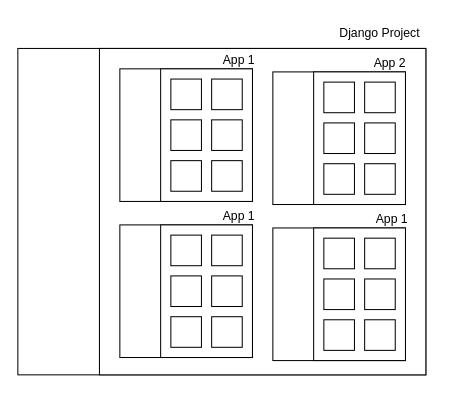
The draw.io diagram Diagram/Django Architecture.drawio in jb-sio/flowchart, before the edit. Source tidied: cells renumbered, new cells numbered last; positions are measured from the earlier drawing's top-left corner, leaving out a move shared by most shapes. Both pictures are drawn from the tidied source at 102%, with x=0, y=0 at pixel (17, 17).
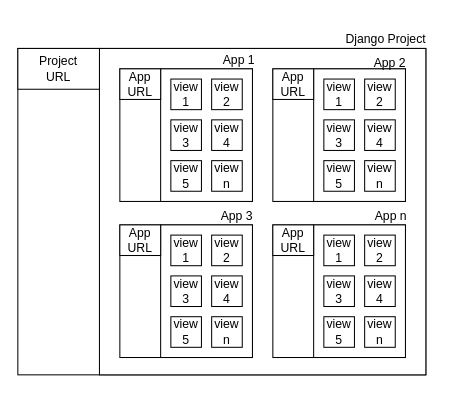
The same page after the edit.

Change to the diagram source:
```diff
@@
+    <mxCell id="12" value="Django Project" style="text;html=1;align=center;verticalAlign=middle;whiteSpace=wrap;rounded=0;" parent="1" vertex="1">
+      <mxGeometry x="316" y="6" width="90" height="30" as="geometry" />
+    </mxCell>
+    <mxCell id="13" value="App 1" style="text;html=1;align=center;verticalAlign=middle;whiteSpace=wrap;rounded=0;" parent="1" vertex="1">
+      <mxGeometry x="192" y="27" width="50" height="30" as="geometry" />
+    </mxCell>
+    <mxCell id="14" style="whiteSpace=wrap;html=1;" parent="1" vertex="1">
+      <mxGeometry x="100" y="203" width="130" height="130" as="geometry" />
+    </mxCell>
+    <mxCell id="15" style="rounded=0;whiteSpace=wrap;html=1;" parent="1" vertex="1">
+      <mxGeometry x="140" y="203" width="90" height="130" as="geometry" />
+    </mxCell>
+    <mxCell id="22" value="App 3" style="text;html=1;align=center;verticalAlign=middle;whiteSpace=wrap;rounded=0;" parent="1" vertex="1">
+      <mxGeometry x="190" y="180" width="50" height="30" as="geometry" />
+    </mxCell>
+    <mxCell id="23" style="whiteSpace=wrap;html=1;" parent="1" vertex="1">
+      <mxGeometry x="250" y="50" width="130" height="130" as="geometry" />
+    </mxCell>
+    <mxCell id="24" style="rounded=0;whiteSpace=wrap;html=1;" parent="1" vertex="1">
+      <mxGeometry x="290" y="50" width="90" height="130" as="geometry" />
+    </mxCell>
+    <mxCell id="31" value="App 2" style="text;html=1;align=center;verticalAlign=middle;whiteSpace=wrap;rounded=0;" parent="1" vertex="1">
+      <mxGeometry x="340" y="30" width="50" height="30" as="geometry" />
+    </mxCell>
+    <mxCell id="32" style="whiteSpace=wrap;html=1;" parent="1" vertex="1">
+      <mxGeometry x="250" y="203" width="130" height="130" as="geometry" />
+    </mxCell>
+    <mxCell id="33" style="rounded=0;whiteSpace=wrap;html=1;" parent="1" vertex="1">
+      <mxGeometry x="290" y="203" width="90" height="130" as="geometry" />
+    </mxCell>
+    <mxCell id="40" value="App n" style="text;html=1;align=center;verticalAlign=middle;whiteSpace=wrap;rounded=0;" parent="1" vertex="1">
+      <mxGeometry x="341" y="180" width="50" height="30" as="geometry" />
+    </mxCell>
+    <mxCell id="41" style="rounded=0;whiteSpace=wrap;html=1;" parent="1" vertex="1">
+      <mxGeometry y="30" width="80" height="40" as="geometry" />
+    </mxCell>
+    <mxCell id="42" value="Project&lt;div&gt;URL&lt;/div&gt;" style="text;html=1;align=center;verticalAlign=middle;whiteSpace=wrap;rounded=0;" parent="1" vertex="1">
+      <mxGeometry x="10" y="35" width="60" height="30" as="geometry" />
+    </mxCell>
+    <mxCell id="43" style="rounded=0;whiteSpace=wrap;html=1;" parent="1" vertex="1">
+      <mxGeometry x="250" y="50" width="40" height="30" as="geometry" />
+    </mxCell>
+    <mxCell id="44" value="App&lt;div&gt;URL&lt;/div&gt;" style="text;html=1;align=center;verticalAlign=middle;whiteSpace=wrap;rounded=0;" parent="1" vertex="1">
+      <mxGeometry x="255" y="50" width="30" height="30" as="geometry" />
+    </mxCell>
+    <mxCell id="45" style="rounded=0;whiteSpace=wrap;html=1;" parent="1" vertex="1">
+      <mxGeometry x="100" y="203" width="40" height="30" as="geometry" />
+    </mxCell>
+    <mxCell id="46" value="App&lt;div&gt;URL&lt;/div&gt;" style="text;html=1;align=center;verticalAlign=middle;whiteSpace=wrap;rounded=0;" parent="1" vertex="1">
+      <mxGeometry x="105" y="203" width="30" height="30" as="geometry" />
+    </mxCell>
+    <mxCell id="47" style="rounded=0;whiteSpace=wrap;html=1;" parent="1" vertex="1">
+      <mxGeometry x="250" y="203" width="40" height="30" as="geometry" />
+    </mxCell>
+    <mxCell id="48" value="App&lt;div&gt;URL&lt;/div&gt;" style="text;html=1;align=center;verticalAlign=middle;whiteSpace=wrap;rounded=0;" parent="1" vertex="1">
+      <mxGeometry x="255" y="203" width="30" height="30" as="geometry" />
+    </mxCell>
+    <mxCell id="49" style="rounded=0;whiteSpace=wrap;html=1;" parent="1" vertex="1">
+      <mxGeometry x="100" y="50" width="40" height="30" as="geometry" />
+    </mxCell>
+    <mxCell id="50" value="App&lt;div&gt;URL&lt;/div&gt;" style="text;html=1;align=center;verticalAlign=middle;whiteSpace=wrap;rounded=0;" parent="1" vertex="1">
+      <mxGeometry x="105" y="50" width="30" height="30" as="geometry" />
+    </mxCell>
+    <mxCell id="51" style="rounded=0;whiteSpace=wrap;html=1;" parent="1" vertex="1">
+      <mxGeometry x="300" y="213" width="30" height="30" as="geometry" />
+    </mxCell>
+    <mxCell id="52" style="rounded=0;whiteSpace=wrap;html=1;" parent="1" vertex="1">
+      <mxGeometry x="340" y="213" width="30" height="30" as="geometry" />
+    </mxCell>
+    <mxCell id="53" style="rounded=0;whiteSpace=wrap;html=1;" parent="1" vertex="1">
+      <mxGeometry x="300" y="253" width="30" height="30" as="geometry" />
+    </mxCell>
+    <mxCell id="54" style="rounded=0;whiteSpace=wrap;html=1;" parent="1" vertex="1">
+      <mxGeometry x="340" y="253" width="30" height="30" as="geometry" />
+    </mxCell>
+    <mxCell id="55" style="rounded=0;whiteSpace=wrap;html=1;" parent="1" vertex="1">
+      <mxGeometry x="300" y="293" width="30" height="30" as="geometry" />
+    </mxCell>
+    <mxCell id="56" style="rounded=0;whiteSpace=wrap;html=1;" parent="1" vertex="1">
+      <mxGeometry x="340" y="293" width="30" height="30" as="geometry" />
+    </mxCell>
+    <mxCell id="57" value="view&lt;div&gt;1&lt;/div&gt;" style="text;html=1;align=center;verticalAlign=middle;whiteSpace=wrap;rounded=0;" parent="1" vertex="1">
+      <mxGeometry x="300" y="213" width="30" height="30" as="geometry" />
+    </mxCell>
+    <mxCell id="58" value="view&lt;div&gt;2&lt;/div&gt;" style="text;html=1;align=center;verticalAlign=middle;whiteSpace=wrap;rounded=0;" parent="1" vertex="1">
+      <mxGeometry x="340" y="213" width="30" height="30" as="geometry" />
+    </mxCell>
+    <mxCell id="59" value="view&lt;div&gt;3&lt;/div&gt;" style="text;html=1;align=center;verticalAlign=middle;whiteSpace=wrap;rounded=0;" parent="1" vertex="1">
+      <mxGeometry x="300" y="253" width="30" height="30" as="geometry" />
+    </mxCell>
+    <mxCell id="60" value="view&lt;div&gt;4&lt;/div&gt;" style="text;html=1;align=center;verticalAlign=middle;whiteSpace=wrap;rounded=0;" parent="1" vertex="1">
+      <mxGeometry x="340" y="253" width="30" height="30" as="geometry" />
+    </mxCell>
+    <mxCell id="61" value="view&lt;div&gt;5&lt;/div&gt;" style="text;html=1;align=center;verticalAlign=middle;whiteSpace=wrap;rounded=0;" parent="1" vertex="1">
+      <mxGeometry x="300" y="293" width="30" height="30" as="geometry" />
+    </mxCell>
+    <mxCell id="62" value="view&lt;div&gt;n&lt;/div&gt;" style="text;html=1;align=center;verticalAlign=middle;whiteSpace=wrap;rounded=0;" parent="1" vertex="1">
+      <mxGeometry x="340" y="293" width="30" height="30" as="geometry" />
+    </mxCell>
@@
-    <mxCell id="12" value="Django Project" style="text;html=1;align=center;verticalAlign=middle;whiteSpace=wrap;rounded=0;" parent="1" vertex="1">
-      <mxGeometry x="310" width="90" height="30" as="geometry" />
-    </mxCell>
-    <mxCell id="13" value="App 1" style="text;html=1;align=center;verticalAlign=middle;whiteSpace=wrap;rounded=0;" parent="1" vertex="1">
-      <mxGeometry x="192" y="27" width="50" height="30" as="geometry" />
-    </mxCell>
-    <mxCell id="14" style="whiteSpace=wrap;html=1;" parent="1" vertex="1">
-      <mxGeometry x="100" y="203" width="130" height="130" as="geometry" />
-    </mxCell>
-    <mxCell id="15" style="rounded=0;whiteSpace=wrap;html=1;" parent="1" vertex="1">
-      <mxGeometry x="140" y="203" width="90" height="130" as="geometry" />
-    </mxCell>
+    <mxCell id="63" value="view&lt;div&gt;1&lt;/div&gt;" style="text;html=1;align=center;verticalAlign=middle;whiteSpace=wrap;rounded=0;" parent="1" vertex="1">
+      <mxGeometry x="150" y="60" width="30" height="30" as="geometry" />
+    </mxCell>
+    <mxCell id="64" value="view&lt;div&gt;2&lt;/div&gt;" style="text;html=1;align=center;verticalAlign=middle;whiteSpace=wrap;rounded=0;" parent="1" vertex="1">
+      <mxGeometry x="190" y="60" width="30" height="30" as="geometry" />
+    </mxCell>
+    <mxCell id="65" value="view&lt;div&gt;3&lt;/div&gt;" style="text;html=1;align=center;verticalAlign=middle;whiteSpace=wrap;rounded=0;" parent="1" vertex="1">
+      <mxGeometry x="150" y="100" width="30" height="30" as="geometry" />
+    </mxCell>
+    <mxCell id="66" value="view&lt;div&gt;4&lt;/div&gt;" style="text;html=1;align=center;verticalAlign=middle;whiteSpace=wrap;rounded=0;" parent="1" vertex="1">
+      <mxGeometry x="190" y="100" width="30" height="30" as="geometry" />
+    </mxCell>
+    <mxCell id="67" value="view&lt;div&gt;5&lt;/div&gt;" style="text;html=1;align=center;verticalAlign=middle;whiteSpace=wrap;rounded=0;" parent="1" vertex="1">
+      <mxGeometry x="150" y="140" width="30" height="30" as="geometry" />
+    </mxCell>
+    <mxCell id="68" value="view&lt;div&gt;n&lt;/div&gt;" style="text;html=1;align=center;verticalAlign=middle;whiteSpace=wrap;rounded=0;" parent="1" vertex="1">
+      <mxGeometry x="190" y="140" width="30" height="30" as="geometry" />
+    </mxCell>
+    <mxCell id="69" style="rounded=0;whiteSpace=wrap;html=1;" parent="1" vertex="1">
+      <mxGeometry x="300" y="60" width="30" height="30" as="geometry" />
+    </mxCell>
+    <mxCell id="70" style="rounded=0;whiteSpace=wrap;html=1;" parent="1" vertex="1">
+      <mxGeometry x="340" y="60" width="30" height="30" as="geometry" />
+    </mxCell>
+    <mxCell id="71" style="rounded=0;whiteSpace=wrap;html=1;" parent="1" vertex="1">
+      <mxGeometry x="300" y="100" width="30" height="30" as="geometry" />
+    </mxCell>
+    <mxCell id="72" style="rounded=0;whiteSpace=wrap;html=1;" parent="1" vertex="1">
+      <mxGeometry x="340" y="100" width="30" height="30" as="geometry" />
+    </mxCell>
+    <mxCell id="73" style="rounded=0;whiteSpace=wrap;html=1;" parent="1" vertex="1">
+      <mxGeometry x="300" y="140" width="30" height="30" as="geometry" />
+    </mxCell>
+    <mxCell id="74" style="rounded=0;whiteSpace=wrap;html=1;" parent="1" vertex="1">
+      <mxGeometry x="340" y="140" width="30" height="30" as="geometry" />
+    </mxCell>
+    <mxCell id="75" value="view&lt;div&gt;1&lt;/div&gt;" style="text;html=1;align=center;verticalAlign=middle;whiteSpace=wrap;rounded=0;" parent="1" vertex="1">
+      <mxGeometry x="300" y="60" width="30" height="30" as="geometry" />
+    </mxCell>
+    <mxCell id="76" value="view&lt;div&gt;2&lt;/div&gt;" style="text;html=1;align=center;verticalAlign=middle;whiteSpace=wrap;rounded=0;" parent="1" vertex="1">
+      <mxGeometry x="340" y="60" width="30" height="30" as="geometry" />
+    </mxCell>
+    <mxCell id="77" value="view&lt;div&gt;3&lt;/div&gt;" style="text;html=1;align=center;verticalAlign=middle;whiteSpace=wrap;rounded=0;" parent="1" vertex="1">
+      <mxGeometry x="300" y="100" width="30" height="30" as="geometry" />
+    </mxCell>
+    <mxCell id="78" value="view&lt;div&gt;4&lt;/div&gt;" style="text;html=1;align=center;verticalAlign=middle;whiteSpace=wrap;rounded=0;" parent="1" vertex="1">
+      <mxGeometry x="340" y="100" width="30" height="30" as="geometry" />
+    </mxCell>
+    <mxCell id="79" value="view&lt;div&gt;5&lt;/div&gt;" style="text;html=1;align=center;verticalAlign=middle;whiteSpace=wrap;rounded=0;" parent="1" vertex="1">
+      <mxGeometry x="300" y="140" width="30" height="30" as="geometry" />
+    </mxCell>
+    <mxCell id="80" value="view&lt;div&gt;n&lt;/div&gt;" style="text;html=1;align=center;verticalAlign=middle;whiteSpace=wrap;rounded=0;" parent="1" vertex="1">
+      <mxGeometry x="340" y="140" width="30" height="30" as="geometry" />
+    </mxCell>
@@
-    <mxCell id="22" value="App 1" style="text;html=1;align=center;verticalAlign=middle;whiteSpace=wrap;rounded=0;" parent="1" vertex="1">
-      <mxGeometry x="192" y="180" width="50" height="30" as="geometry" />
-    </mxCell>
-    <mxCell id="23" style="whiteSpace=wrap;html=1;" parent="1" vertex="1">
-      <mxGeometry x="250" y="53" width="130" height="130" as="geometry" />
-    </mxCell>
-    <mxCell id="24" style="rounded=0;whiteSpace=wrap;html=1;" parent="1" vertex="1">
-      <mxGeometry x="290" y="53" width="90" height="130" as="geometry" />
-    </mxCell>
-    <mxCell id="25" style="rounded=0;whiteSpace=wrap;html=1;" parent="1" vertex="1">
-      <mxGeometry x="300" y="63" width="30" height="30" as="geometry" />
-    </mxCell>
-    <mxCell id="26" style="rounded=0;whiteSpace=wrap;html=1;" parent="1" vertex="1">
-      <mxGeometry x="340" y="63" width="30" height="30" as="geometry" />
-    </mxCell>
-    <mxCell id="27" style="rounded=0;whiteSpace=wrap;html=1;" parent="1" vertex="1">
-      <mxGeometry x="300" y="103" width="30" height="30" as="geometry" />
-    </mxCell>
-    <mxCell id="28" style="rounded=0;whiteSpace=wrap;html=1;" parent="1" vertex="1">
-      <mxGeometry x="340" y="103" width="30" height="30" as="geometry" />
-    </mxCell>
-    <mxCell id="29" style="rounded=0;whiteSpace=wrap;html=1;" parent="1" vertex="1">
-      <mxGeometry x="300" y="143" width="30" height="30" as="geometry" />
-    </mxCell>
-    <mxCell id="30" style="rounded=0;whiteSpace=wrap;html=1;" parent="1" vertex="1">
-      <mxGeometry x="340" y="143" width="30" height="30" as="geometry" />
-    </mxCell>
-    <mxCell id="31" value="App 2" style="text;html=1;align=center;verticalAlign=middle;whiteSpace=wrap;rounded=0;" parent="1" vertex="1">
-      <mxGeometry x="340" y="30" width="50" height="30" as="geometry" />
-    </mxCell>
-    <mxCell id="32" style="whiteSpace=wrap;html=1;" parent="1" vertex="1">
-      <mxGeometry x="250" y="206" width="130" height="130" as="geometry" />
-    </mxCell>
-    <mxCell id="33" style="rounded=0;whiteSpace=wrap;html=1;" parent="1" vertex="1">
-      <mxGeometry x="290" y="206" width="90" height="130" as="geometry" />
-    </mxCell>
-    <mxCell id="34" style="rounded=0;whiteSpace=wrap;html=1;" parent="1" vertex="1">
-      <mxGeometry x="300" y="216" width="30" height="30" as="geometry" />
-    </mxCell>
-    <mxCell id="35" style="rounded=0;whiteSpace=wrap;html=1;" parent="1" vertex="1">
-      <mxGeometry x="340" y="216" width="30" height="30" as="geometry" />
-    </mxCell>
-    <mxCell id="36" style="rounded=0;whiteSpace=wrap;html=1;" parent="1" vertex="1">
-      <mxGeometry x="300" y="256" width="30" height="30" as="geometry" />
-    </mxCell>
-    <mxCell id="37" style="rounded=0;whiteSpace=wrap;html=1;" parent="1" vertex="1">
-      <mxGeometry x="340" y="256" width="30" height="30" as="geometry" />
-    </mxCell>
-    <mxCell id="38" style="rounded=0;whiteSpace=wrap;html=1;" parent="1" vertex="1">
-      <mxGeometry x="300" y="296" width="30" height="30" as="geometry" />
-    </mxCell>
-    <mxCell id="39" style="rounded=0;whiteSpace=wrap;html=1;" parent="1" vertex="1">
-      <mxGeometry x="340" y="296" width="30" height="30" as="geometry" />
-    </mxCell>
-    <mxCell id="40" value="App 1" style="text;html=1;align=center;verticalAlign=middle;whiteSpace=wrap;rounded=0;" parent="1" vertex="1">
-      <mxGeometry x="342" y="183" width="50" height="30" as="geometry" />
-    </mxCell>
+    <mxCell id="81" value="view&lt;div&gt;1&lt;/div&gt;" style="text;html=1;align=center;verticalAlign=middle;whiteSpace=wrap;rounded=0;" parent="1" vertex="1">
+      <mxGeometry x="150" y="213" width="30" height="30" as="geometry" />
+    </mxCell>
+    <mxCell id="82" value="view&lt;div&gt;2&lt;/div&gt;" style="text;html=1;align=center;verticalAlign=middle;whiteSpace=wrap;rounded=0;" parent="1" vertex="1">
+      <mxGeometry x="190" y="213" width="30" height="30" as="geometry" />
+    </mxCell>
+    <mxCell id="83" value="view&lt;div&gt;3&lt;/div&gt;" style="text;html=1;align=center;verticalAlign=middle;whiteSpace=wrap;rounded=0;" parent="1" vertex="1">
+      <mxGeometry x="150" y="253" width="30" height="30" as="geometry" />
+    </mxCell>
+    <mxCell id="84" value="view&lt;div&gt;4&lt;/div&gt;" style="text;html=1;align=center;verticalAlign=middle;whiteSpace=wrap;rounded=0;" parent="1" vertex="1">
+      <mxGeometry x="190" y="253" width="30" height="30" as="geometry" />
+    </mxCell>
+    <mxCell id="85" value="view&lt;div&gt;5&lt;/div&gt;" style="text;html=1;align=center;verticalAlign=middle;whiteSpace=wrap;rounded=0;" parent="1" vertex="1">
+      <mxGeometry x="150" y="293" width="30" height="30" as="geometry" />
+    </mxCell>
+    <mxCell id="86" value="view&lt;div&gt;n&lt;/div&gt;" style="text;html=1;align=center;verticalAlign=middle;whiteSpace=wrap;rounded=0;" parent="1" vertex="1">
+      <mxGeometry x="190" y="293" width="30" height="30" as="geometry" />
+    </mxCell>
```
